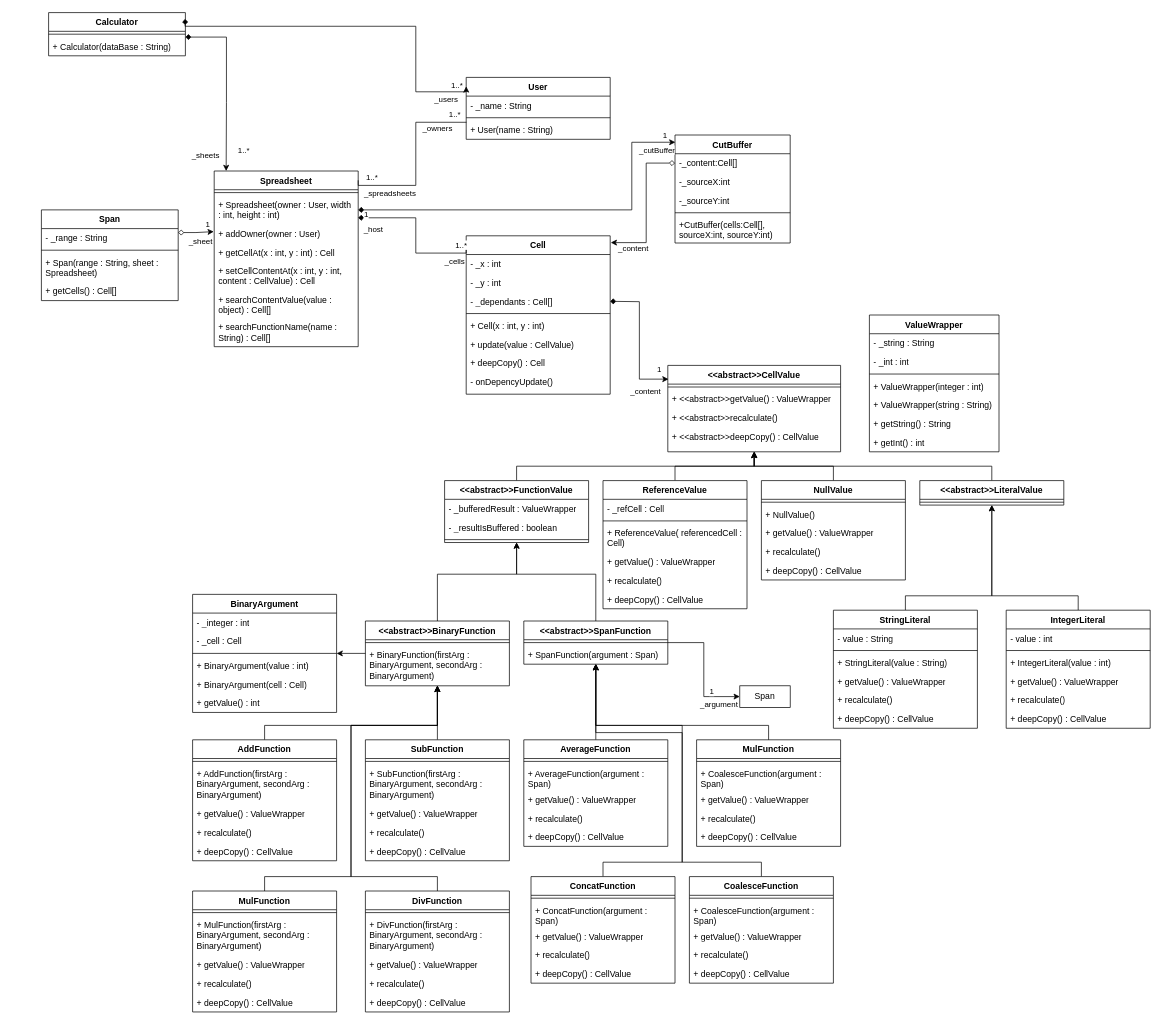
Earlier version of the draw.io diagram PO/UML.drawio (Enzo-Nunes/Projects). Source tidied: cells renumbered, new cells numbered last; positions are measured from the earlier drawing's top-left corner, leaving out a move shared by most shapes. Both pictures are drawn from the tidied source at 72%, with x=0, y=0 at pixel (41, 12).
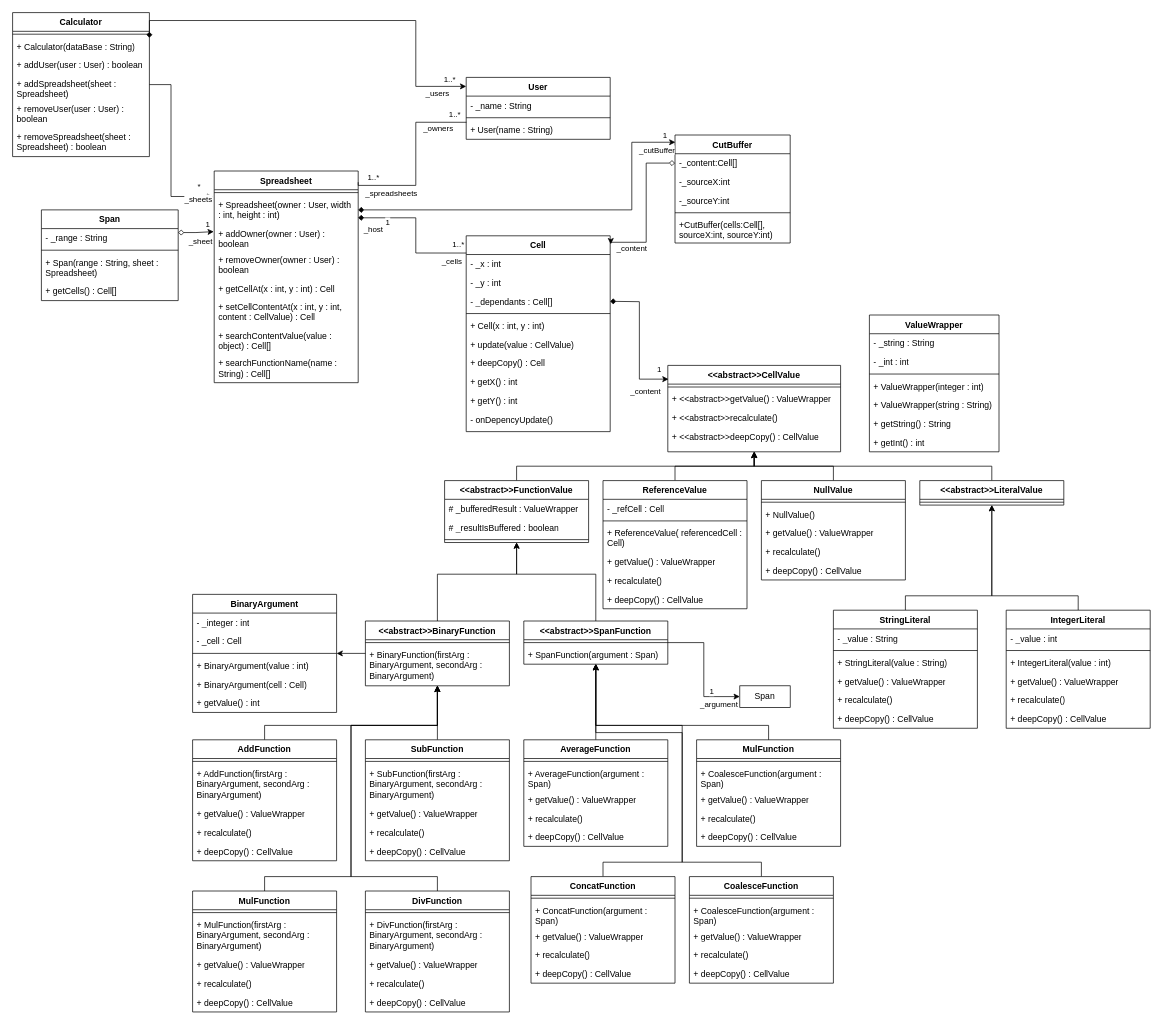
The same page after the edit.

Commit message (it also covers changes not shown here):
Final UML cleanup and export

The change refers to these unchanged cells:
```xml
<mxCell id="13" value="+ Spreadsheet(owner : User, width : int, height : int)" style="text;strokeColor=none;fillColor=none;align=left;verticalAlign=top;spacingLeft=4;spacingRight=4;overflow=hidden;points=[[0,0.5],[1,0.5]];portConstraint=eastwest;whiteSpace=wrap;html=1;" parent="11" vertex="1">
  <mxGeometry y="34" width="200" height="40" as="geometry" />
</mxCell>
<mxCell id="40" value="&amp;lt;&amp;lt;abstract&amp;gt;&amp;gt;FunctionValue" style="swimlane;fontStyle=1;align=center;verticalAlign=top;horizontal=1;startSize=26;whiteSpace=wrap;html=1;" parent="1" vertex="1">
  <mxGeometry x="560" y="650" width="200" height="86" as="geometry" />
</mxCell>
<mxCell id="49" value="StringLiteral" style="swimlane;fontStyle=1;align=center;verticalAlign=top;horizontal=1;startSize=26;whiteSpace=wrap;html=1;" parent="1" vertex="1">
  <mxGeometry x="1100" y="830" width="200" height="164" as="geometry" />
</mxCell>
<mxCell id="56" value="IntegerLiteral" style="swimlane;fontStyle=1;align=center;verticalAlign=top;horizontal=1;startSize=26;whiteSpace=wrap;html=1;" parent="1" vertex="1">
  <mxGeometry x="1340" y="830" width="200" height="164" as="geometry" />
</mxCell>
<mxCell id="71" style="edgeStyle=orthogonalEdgeStyle;rounded=0;jettySize=auto;html=1;entryX=0;entryY=0.088;entryDx=0;entryDy=0;startArrow=diamond;startFill=1;entryPerimeter=0;endArrow=none;endFill=0;" parent="1" edge="1" target="2">
  <mxGeometry relative="1" as="geometry">
    <mxPoint x="440" y="285" as="sourcePoint" />
    <Array as="points">
      <mxPoint x="520" y="285" />
      <mxPoint x="520" y="334" />
    </Array>
  </mxGeometry>
</mxCell>
<mxCell id="79" value="User" style="swimlane;fontStyle=1;align=center;verticalAlign=top;horizontal=1;startSize=26;whiteSpace=wrap;html=1;" parent="1" vertex="1">
  <mxGeometry x="590" y="90" width="200" height="86" as="geometry" />
</mxCell>
```

Diff of the diagram source:
```diff
@@
     <mxCell id="2" value="Cell" style="swimlane;fontStyle=1;align=center;verticalAlign=top;horizontal=1;startSize=26;whiteSpace=wrap;html=1;" parent="1" vertex="1">
-      <mxGeometry x="590" y="310" width="200" height="220" as="geometry" />
+      <mxGeometry x="590" y="310" width="200" height="272" as="geometry" />
     </mxCell>
@@
+    <mxCell id="192" value="+ getX() : int" style="text;strokeColor=none;fillColor=none;align=left;verticalAlign=top;spacingLeft=4;spacingRight=4;overflow=hidden;whiteSpace=wrap;html=1;" parent="2" vertex="1">
+      <mxGeometry y="190" width="200" height="26" as="geometry" />
+    </mxCell>
+    <mxCell id="193" value="+ getY() : int" style="text;strokeColor=none;fillColor=none;align=left;verticalAlign=top;spacingLeft=4;spacingRight=4;overflow=hidden;whiteSpace=wrap;html=1;" parent="2" vertex="1">
+      <mxGeometry y="216" width="200" height="26" as="geometry" />
+    </mxCell>
     <mxCell id="10" value="- onDepencyUpdate()" style="text;strokeColor=none;fillColor=none;align=left;verticalAlign=top;spacingLeft=4;spacingRight=4;overflow=hidden;whiteSpace=wrap;html=1;" parent="2" vertex="1">
-      <mxGeometry y="190" width="200" height="30" as="geometry" />
+      <mxGeometry y="242" width="200" height="30" as="geometry" />
     </mxCell>
     <mxCell id="11" value="Spreadsheet" style="swimlane;fontStyle=1;align=center;verticalAlign=top;horizontal=1;startSize=26;whiteSpace=wrap;html=1;" parent="1" vertex="1">
-      <mxGeometry x="240" y="220" width="200" height="244" as="geometry" />
+      <mxGeometry x="240" y="220" width="200" height="294" as="geometry" />
     </mxCell>
@@
-    <mxCell id="14" value="+ addOwner(owner : User)" style="text;strokeColor=none;fillColor=none;align=left;verticalAlign=top;spacingLeft=4;spacingRight=4;overflow=hidden;whiteSpace=wrap;html=1;" parent="11" vertex="1">
-      <mxGeometry y="74" width="200" height="26" as="geometry" />
+    <mxCell id="14" value="+ addOwner(owner : User) : boolean" style="text;strokeColor=none;fillColor=none;align=left;verticalAlign=top;spacingLeft=4;spacingRight=4;overflow=hidden;whiteSpace=wrap;html=1;" parent="11" vertex="1">
+      <mxGeometry y="74" width="200" height="36" as="geometry" />
     </mxCell>
+    <mxCell id="194" value="+ removeOwner(owner : User) : boolean" style="text;strokeColor=none;fillColor=none;align=left;verticalAlign=top;spacingLeft=4;spacingRight=4;overflow=hidden;whiteSpace=wrap;html=1;" parent="11" vertex="1">
+      <mxGeometry y="110" width="200" height="40" as="geometry" />
+    </mxCell>
     <mxCell id="15" value="+ getCellAt(x : int, y : int) : Cell" style="text;strokeColor=none;fillColor=none;align=left;verticalAlign=top;spacingLeft=4;spacingRight=4;overflow=hidden;whiteSpace=wrap;html=1;" parent="11" vertex="1">
-      <mxGeometry y="100" width="200" height="26" as="geometry" />
+      <mxGeometry y="150" width="200" height="26" as="geometry" />
     </mxCell>
     <mxCell id="16" value="+ setCellContentAt(x : int, y : int, content : CellValue) : Cell" style="text;strokeColor=none;fillColor=none;align=left;verticalAlign=top;spacingLeft=4;spacingRight=4;overflow=hidden;whiteSpace=wrap;html=1;" parent="11" vertex="1">
-      <mxGeometry y="126" width="200" height="40" as="geometry" />
+      <mxGeometry y="176" width="200" height="40" as="geometry" />
     </mxCell>
     <mxCell id="17" value="+ searchContentValue(value : object) : Cell[]" style="text;strokeColor=none;fillColor=none;align=left;verticalAlign=top;spacingLeft=4;spacingRight=4;overflow=hidden;whiteSpace=wrap;html=1;" parent="11" vertex="1">
-      <mxGeometry y="166" width="200" height="38" as="geometry" />
+      <mxGeometry y="216" width="200" height="38" as="geometry" />
     </mxCell>
     <mxCell id="18" value="+ searchFunctionName(name : String) : Cell[]" style="text;strokeColor=none;fillColor=none;align=left;verticalAlign=top;spacingLeft=4;spacingRight=4;overflow=hidden;whiteSpace=wrap;html=1;" parent="11" vertex="1">
-      <mxGeometry y="204" width="200" height="40" as="geometry" />
+      <mxGeometry y="254" width="200" height="40" as="geometry" />
     </mxCell>
@@
-    <mxCell id="41" value="- _bufferedResult :&amp;nbsp;ValueWrapper" style="text;strokeColor=none;fillColor=none;align=left;verticalAlign=top;spacingLeft=4;spacingRight=4;overflow=hidden;whiteSpace=wrap;html=1;" parent="40" vertex="1">
+    <mxCell id="41" value="# _bufferedResult :&amp;nbsp;ValueWrapper" style="text;strokeColor=none;fillColor=none;align=left;verticalAlign=top;spacingLeft=4;spacingRight=4;overflow=hidden;whiteSpace=wrap;html=1;" parent="40" vertex="1">
       <mxGeometry y="26" width="200" height="26" as="geometry" />
     </mxCell>
-    <mxCell id="42" value="- _resultIsBuffered : boolean" style="text;strokeColor=none;fillColor=none;align=left;verticalAlign=top;spacingLeft=4;spacingRight=4;overflow=hidden;whiteSpace=wrap;html=1;" parent="40" vertex="1">
+    <mxCell id="42" value="# _resultIsBuffered : boolean" style="text;strokeColor=none;fillColor=none;align=left;verticalAlign=top;spacingLeft=4;spacingRight=4;overflow=hidden;whiteSpace=wrap;html=1;" parent="40" vertex="1">
       <mxGeometry y="52" width="200" height="26" as="geometry" />
     </mxCell>
@@
-    <mxCell id="50" value="- value : String" style="text;strokeColor=none;fillColor=none;align=left;verticalAlign=top;spacingLeft=4;spacingRight=4;overflow=hidden;whiteSpace=wrap;html=1;" parent="49" vertex="1">
+    <mxCell id="50" value="- _value : String" style="text;strokeColor=none;fillColor=none;align=left;verticalAlign=top;spacingLeft=4;spacingRight=4;overflow=hidden;whiteSpace=wrap;html=1;" parent="49" vertex="1">
       <mxGeometry y="26" width="200" height="26" as="geometry" />
     </mxCell>
@@
-    <mxCell id="57" value="- value : int" style="text;strokeColor=none;fillColor=none;align=left;verticalAlign=top;spacingLeft=4;spacingRight=4;overflow=hidden;whiteSpace=wrap;html=1;" parent="56" vertex="1">
+    <mxCell id="57" value="- _value : int" style="text;strokeColor=none;fillColor=none;align=left;verticalAlign=top;spacingLeft=4;spacingRight=4;overflow=hidden;whiteSpace=wrap;html=1;" parent="56" vertex="1">
       <mxGeometry y="26" width="200" height="26" as="geometry" />
     </mxCell>
@@
     <mxCell id="75" value="1" style="edgeLabel;html=1;align=center;verticalAlign=middle;" parent="71" vertex="1">
       <mxGeometry x="-0.78" y="-3" relative="1" as="geometry">
-        <mxPoint x="-12" y="-8" as="offset" />
+        <mxPoint x="18" y="2" as="offset" />
       </mxGeometry>
     </mxCell>
@@
+    <mxCell id="195" style="edgeStyle=orthogonalEdgeStyle;rounded=0;jettySize=auto;html=1;entryX=-0.009;entryY=0.036;entryDx=0;entryDy=0;entryPerimeter=0;" parent="1" edge="1" source="83" target="13">
+      <mxGeometry relative="1" as="geometry">
+        <Array as="points">
+          <mxPoint x="180" y="100" />
+          <mxPoint x="180" y="255" />
+        </Array>
+      </mxGeometry>
+    </mxCell>
     <mxCell id="83" value="Calculator" style="swimlane;fontStyle=1;align=center;verticalAlign=top;horizontal=1;startSize=26;whiteSpace=wrap;html=1;" parent="1" vertex="1">
-      <mxGeometry x="10" width="190" height="60" as="geometry" />
+      <mxGeometry x="-40" width="190" height="200" as="geometry" />
     </mxCell>
@@
-    <mxCell id="85" style="edgeStyle=orthogonalEdgeStyle;rounded=0;jettySize=auto;html=1;entryX=0.083;entryY=0;entryDx=0;entryDy=0;entryPerimeter=0;startArrow=diamond;startFill=1;exitX=0.998;exitY=0.147;exitDx=0;exitDy=0;exitPerimeter=0;" parent="83" edge="1" target="11">
-      <mxGeometry relative="1" as="geometry">
-        <mxPoint x="190" y="34" as="sourcePoint" />
-        <Array as="points">
-          <mxPoint x="247" y="34" />
-          <mxPoint x="247" y="125" />
-        </Array>
-      </mxGeometry>
-    </mxCell>
@@
+    <mxCell id="196" value="+ addUser(user : User) : boolean" style="text;strokeColor=none;fillColor=none;align=left;verticalAlign=top;spacingLeft=4;spacingRight=4;overflow=hidden;whiteSpace=wrap;html=1;" parent="83" vertex="1">
+      <mxGeometry y="60" width="190" height="26" as="geometry" />
+    </mxCell>
+    <mxCell id="197" value="+ addSpreadsheet(sheet : Spreadsheet)" style="text;strokeColor=none;fillColor=none;align=left;verticalAlign=top;spacingLeft=4;spacingRight=4;overflow=hidden;whiteSpace=wrap;html=1;" parent="83" vertex="1">
+      <mxGeometry y="86" width="190" height="34" as="geometry" />
+    </mxCell>
+    <mxCell id="198" value="+ removeUser(user : User) : boolean" style="text;strokeColor=none;fillColor=none;align=left;verticalAlign=top;spacingLeft=4;spacingRight=4;overflow=hidden;whiteSpace=wrap;html=1;" parent="83" vertex="1">
+      <mxGeometry y="120" width="190" height="40" as="geometry" />
+    </mxCell>
+    <mxCell id="199" value="+ removeSpreadsheet(sheet : Spreadsheet) : boolean" style="text;strokeColor=none;fillColor=none;align=left;verticalAlign=top;spacingLeft=4;spacingRight=4;overflow=hidden;whiteSpace=wrap;html=1;" parent="83" vertex="1">
+      <mxGeometry y="160" width="190" height="40" as="geometry" />
+    </mxCell>
@@
-    <mxCell id="95" style="edgeStyle=orthogonalEdgeStyle;rounded=0;jettySize=auto;html=1;entryX=0;entryY=0.145;entryDx=0;entryDy=0;entryPerimeter=0;startArrow=diamond;startFill=1;exitX=0.998;exitY=0.147;exitDx=0;exitDy=0;exitPerimeter=0;" parent="1" edge="1" source="83" target="79">
+    <mxCell id="95" style="edgeStyle=orthogonalEdgeStyle;rounded=0;jettySize=auto;html=1;entryX=0;entryY=0.145;entryDx=0;entryDy=0;entryPerimeter=0;startArrow=diamond;startFill=1;exitX=1;exitY=0.175;exitDx=0;exitDy=0;exitPerimeter=0;" parent="1" edge="1" source="83" target="79">
       <mxGeometry relative="1" as="geometry">
         <Array as="points">
-          <mxPoint x="520" y="19" />
-          <mxPoint x="520" y="110" />
+          <mxPoint x="520" y="11" />
+          <mxPoint x="520" y="102" />
+          <mxPoint x="590" y="102" />
         </Array>
       </mxGeometry>
     </mxCell>
@@
-    <mxCell id="118" value="1..*" style="edgeLabel;html=1;align=center;verticalAlign=middle;" parent="1" vertex="1">
-      <mxGeometry x="280" y="190" as="geometry" />
+    <mxCell id="118" value="*" style="edgeLabel;html=1;align=center;verticalAlign=middle;" parent="1" vertex="1">
+      <mxGeometry x="220" y="240" as="geometry">
+        <mxPoint x="-2" as="offset" />
+      </mxGeometry>
     </mxCell>
     <mxCell id="119" value="_sheets" style="edgeLabel;html=1;align=center;verticalAlign=middle;" parent="1" vertex="1">
-      <mxGeometry x="220" y="200" as="geometry">
+      <mxGeometry x="210" y="260" as="geometry">
         <mxPoint x="7" y="-2" as="offset" />
       </mxGeometry>
     </mxCell>
```
